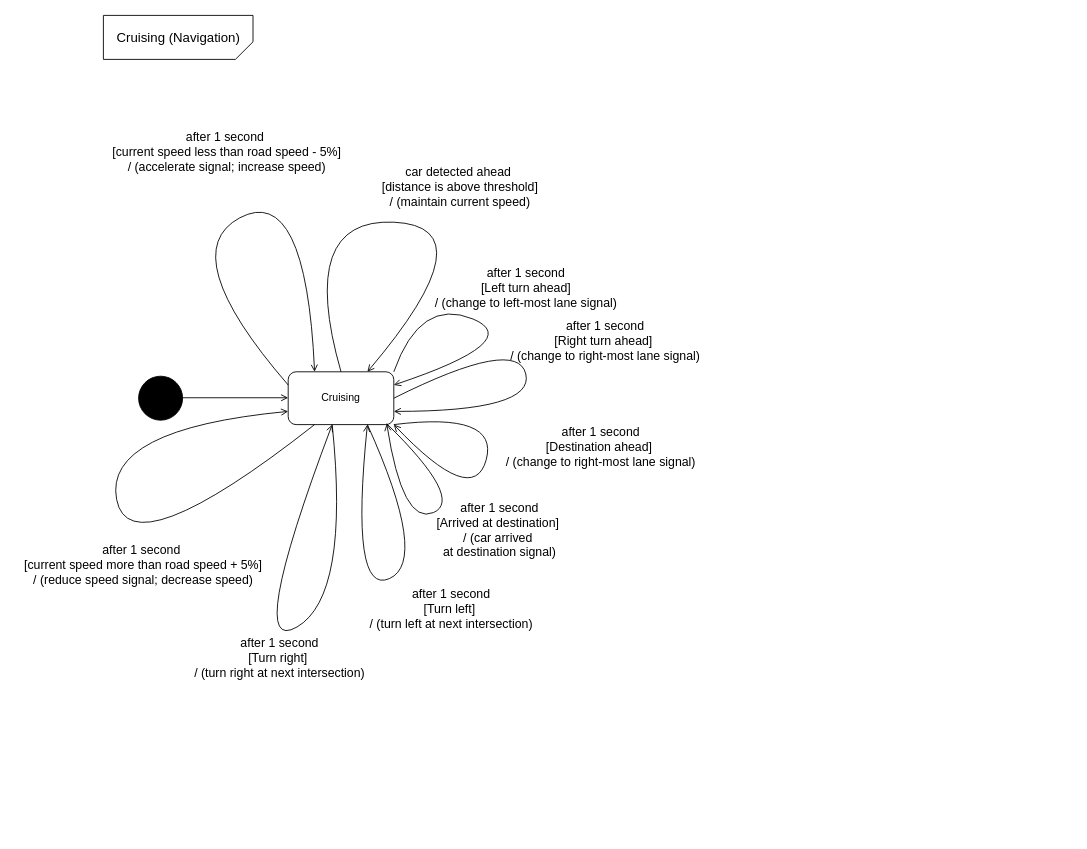
Earlier version of the draw.io diagram page "cruising" (4 of 5) of state-diagram.drawio (gordonpn/soen331-assignment2). Source tidied: cells renumbered, new cells numbered last; positions are measured from the earlier drawing's top-left corner, leaving out a move shared by most shapes. Both pictures are drawn from the tidied source at 88%, with x=0, y=0 at pixel (15, 15).
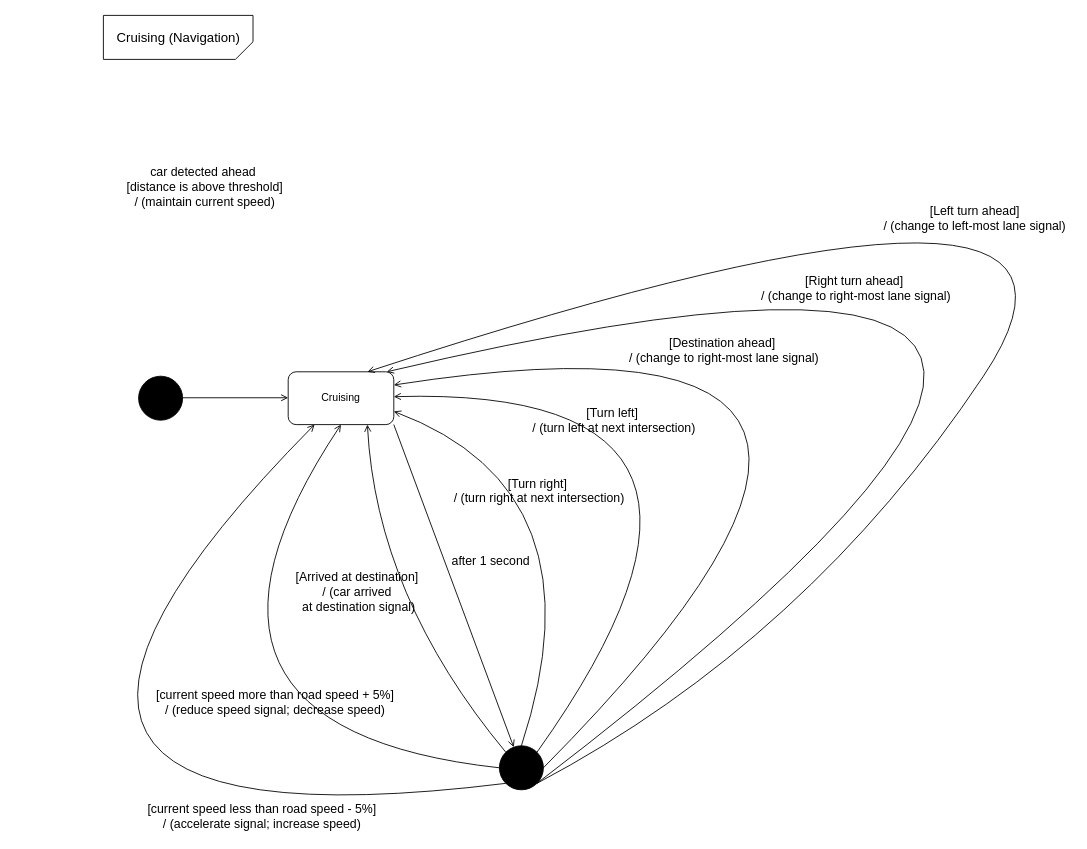
After the change.

Commit message (it also covers changes not shown here):
completed changing lane sub-state diagram

Unchanged cells that the change refers to:
```xml
<mxCell id="6" value="Cruising" style="rounded=1;whiteSpace=wrap;html=1;shadow=0;strokeColor=#000000;fillColor=#FFFFFF;align=center;" parent="1" vertex="1">
  <mxGeometry x="310" y="405" width="120" height="60" as="geometry" />
</mxCell>
```

Change to the diagram source:
```diff
@@
-    <mxCell id="7" style="curved=1;endArrow=open;html=1;entryX=0.25;entryY=0;entryDx=0;entryDy=0;exitX=0;exitY=0.25;exitDx=0;exitDy=0;endFill=0;" parent="1" edge="1">
-      <mxGeometry relative="1" as="geometry">
-        <mxPoint x="310" y="420" as="sourcePoint" />
-        <mxPoint x="340" y="405" as="targetPoint" />
-        <Array as="points">
-          <mxPoint x="180" y="270" />
-          <mxPoint x="330" y="190" />
-        </Array>
-      </mxGeometry>
-    </mxCell>
-    <mxCell id="8" value="&lt;font style=&quot;font-size: 14px&quot;&gt;after 1 second&amp;nbsp;&lt;br&gt;[current speed less than road speed - 5%] &lt;br&gt;/ (accelerate signal; increase speed)&lt;/font&gt;" style="text;html=1;align=center;verticalAlign=middle;" parent="1" vertex="1">
-      <mxGeometry x="100" y="130" width="280" height="50" as="geometry" />
+    <mxCell id="8" value="&lt;font style=&quot;font-size: 14px&quot;&gt;[current speed less than road speed - 5%] &lt;br&gt;/ (accelerate signal; increase speed)&lt;/font&gt;" style="text;html=1;align=center;verticalAlign=middle;" parent="1" vertex="1">
+      <mxGeometry x="140" y="890" width="280" height="40" as="geometry" />
     </mxCell>
-    <mxCell id="9" style="curved=1;endArrow=open;html=1;entryX=0;entryY=0.75;entryDx=0;entryDy=0;exitX=0.25;exitY=1;exitDx=0;exitDy=0;endFill=0;" parent="1" edge="1">
-      <mxGeometry relative="1" as="geometry">
-        <mxPoint x="340" y="465" as="sourcePoint" />
-        <mxPoint x="310" y="450" as="targetPoint" />
-        <Array as="points">
-          <mxPoint x="130" y="630" />
-          <mxPoint x="100" y="470" />
-        </Array>
-      </mxGeometry>
-    </mxCell>
-    <mxCell id="10" value="&lt;font style=&quot;font-size: 14px&quot;&gt;after 1 second&amp;nbsp;&lt;br&gt;[current speed more than road speed + 5%] &lt;br&gt;/ (reduce speed signal; decrease speed)&lt;/font&gt;" style="text;html=1;align=center;verticalAlign=middle;" parent="1" vertex="1">
-      <mxGeometry y="600" width="290" height="50" as="geometry" />
+    <mxCell id="10" value="&lt;font style=&quot;font-size: 14px&quot;&gt;[current speed more than road speed + 5%] &lt;br&gt;/ (reduce speed signal; decrease speed)&lt;/font&gt;" style="text;html=1;align=center;verticalAlign=middle;" parent="1" vertex="1">
+      <mxGeometry x="150" y="760" width="290" height="40" as="geometry" />
     </mxCell>
-    <mxCell id="11" style="curved=1;endArrow=open;html=1;exitX=0.5;exitY=0;exitDx=0;exitDy=0;endFill=0;entryX=0.75;entryY=0;entryDx=0;entryDy=0;" parent="1" edge="1" source="6" target="6">
-      <mxGeometry relative="1" as="geometry">
-        <Array as="points">
-          <mxPoint x="320" y="230" />
-          <mxPoint x="540" y="240" />
-        </Array>
-      </mxGeometry>
-    </mxCell>
     <mxCell id="12" value="&lt;font style=&quot;font-size: 14px&quot;&gt;car detected ahead&amp;nbsp;&lt;br&gt;[distance is above threshold] &lt;br&gt;/ (maintain current speed)&lt;/font&gt;" style="text;html=1;align=center;verticalAlign=middle;" parent="1" vertex="1">
-      <mxGeometry x="410" y="170" width="190" height="50" as="geometry" />
+      <mxGeometry x="120" y="170" width="190" height="50" as="geometry" />
     </mxCell>
-    <mxCell id="13" style="curved=1;endArrow=open;html=1;exitX=1;exitY=0;exitDx=0;exitDy=0;endFill=0;entryX=1;entryY=0.25;entryDx=0;entryDy=0;" parent="1" edge="1" source="6" target="6">
-      <mxGeometry relative="1" as="geometry">
-        <Array as="points">
-          <mxPoint x="460" y="320" />
-          <mxPoint x="580" y="370" />
-        </Array>
-      </mxGeometry>
-    </mxCell>
-    <mxCell id="14" value="&lt;font style=&quot;font-size: 14px&quot;&gt;after 1 second&lt;br&gt;[Left turn ahead]&lt;br&gt;/ (change to left-most lane signal)&lt;/font&gt;" style="text;html=1;align=center;verticalAlign=middle;" parent="1" vertex="1">
-      <mxGeometry x="470" y="285" width="220" height="50" as="geometry" />
+    <mxCell id="14" value="&lt;font style=&quot;font-size: 14px&quot;&gt;[Left turn ahead]&lt;br&gt;/ (change to left-most lane signal)&lt;/font&gt;" style="text;html=1;align=center;verticalAlign=middle;" parent="1" vertex="1">
+      <mxGeometry x="980" y="210" width="220" height="40" as="geometry" />
     </mxCell>
-    <mxCell id="15" value="&lt;font style=&quot;font-size: 14px&quot;&gt;after 1 second&lt;br&gt;[Right turn ahead]&amp;nbsp;&lt;br&gt;/ (change to right-most lane signal)&lt;/font&gt;" style="text;html=1;align=center;verticalAlign=middle;" parent="1" vertex="1">
-      <mxGeometry x="555" y="345" width="230" height="50" as="geometry" />
+    <mxCell id="15" value="&lt;font style=&quot;font-size: 14px&quot;&gt;[Right turn ahead]&amp;nbsp;&lt;br&gt;/ (change to right-most lane signal)&lt;/font&gt;" style="text;html=1;align=center;verticalAlign=middle;" parent="1" vertex="1">
+      <mxGeometry x="840" y="290" width="230" height="40" as="geometry" />
     </mxCell>
-    <mxCell id="16" style="curved=1;endArrow=open;html=1;exitX=1;exitY=0.5;exitDx=0;exitDy=0;endFill=0;entryX=1;entryY=0.75;entryDx=0;entryDy=0;" parent="1" edge="1" source="6" target="6">
-      <mxGeometry relative="1" as="geometry">
-        <Array as="points">
-          <mxPoint x="570" y="365" />
-          <mxPoint x="590" y="450" />
-        </Array>
-      </mxGeometry>
-    </mxCell>
-    <mxCell id="17" value="&lt;font style=&quot;font-size: 14px&quot;&gt;after 1 second&lt;br&gt;[Destination ahead]&amp;nbsp;&lt;br&gt;/ (change to right-most lane signal)&lt;/font&gt;" style="text;html=1;align=center;verticalAlign=middle;" parent="1" vertex="1">
-      <mxGeometry x="550" y="465" width="230" height="50" as="geometry" />
+    <mxCell id="17" value="&lt;font style=&quot;font-size: 14px&quot;&gt;[Destination ahead]&amp;nbsp;&lt;br&gt;/ (change to right-most lane signal)&lt;/font&gt;" style="text;html=1;align=center;verticalAlign=middle;" parent="1" vertex="1">
+      <mxGeometry x="690" y="360" width="230" height="40" as="geometry" />
     </mxCell>
-    <mxCell id="18" style="curved=1;endArrow=open;html=1;exitX=1;exitY=1;exitDx=0;exitDy=0;endFill=0;" parent="1" edge="1" source="6">
-      <mxGeometry relative="1" as="geometry">
-        <mxPoint x="430" y="465" as="targetPoint" />
-        <Array as="points">
-          <mxPoint x="550" y="450" />
-          <mxPoint x="520" y="560" />
-        </Array>
-      </mxGeometry>
-    </mxCell>
-    <mxCell id="19" style="curved=1;endArrow=open;html=1;exitX=0.933;exitY=0.983;exitDx=0;exitDy=0;endFill=0;exitPerimeter=0;" parent="1" edge="1" source="6">
-      <mxGeometry relative="1" as="geometry">
-        <mxPoint x="422" y="464" as="targetPoint" />
-        <Array as="points">
-          <mxPoint x="510" y="550" />
-          <mxPoint x="440" y="580" />
-        </Array>
-      </mxGeometry>
-    </mxCell>
-    <mxCell id="20" value="&lt;font style=&quot;font-size: 14px&quot;&gt;after 1 second&lt;br&gt;[Arrived at destination]&amp;nbsp;&lt;br&gt;/ (car arrived&amp;nbsp;&lt;br&gt;at destination signal)&lt;/font&gt;" style="text;html=1;align=center;verticalAlign=middle;" parent="1" vertex="1">
-      <mxGeometry x="470" y="550" width="160" height="70" as="geometry" />
+    <mxCell id="20" value="&lt;font style=&quot;font-size: 14px&quot;&gt;[Arrived at destination]&amp;nbsp;&lt;br&gt;/ (car arrived&amp;nbsp;&lt;br&gt;at destination signal)&lt;/font&gt;" style="text;html=1;align=center;verticalAlign=middle;" parent="1" vertex="1">
+      <mxGeometry x="310" y="630" width="160" height="50" as="geometry" />
     </mxCell>
-    <mxCell id="21" value="&lt;font style=&quot;font-size: 14px&quot;&gt;after 1 second&lt;br&gt;[Turn left]&amp;nbsp;&lt;br&gt;/ (turn left at next intersection)&lt;/font&gt;" style="text;html=1;align=center;verticalAlign=middle;" parent="1" vertex="1">
-      <mxGeometry x="395" y="650" width="200" height="50" as="geometry" />
+    <mxCell id="21" value="&lt;font style=&quot;font-size: 14px&quot;&gt;[Turn left]&amp;nbsp;&lt;br&gt;/ (turn left at next intersection)&lt;/font&gt;" style="text;html=1;align=center;verticalAlign=middle;" parent="1" vertex="1">
+      <mxGeometry x="580" y="440" width="200" height="40" as="geometry" />
     </mxCell>
-    <mxCell id="22" style="curved=1;endArrow=open;html=1;exitX=0.75;exitY=1;exitDx=0;exitDy=0;endFill=0;entryX=0.75;entryY=1;entryDx=0;entryDy=0;" parent="1" edge="1" source="6" target="6">
-      <mxGeometry relative="1" as="geometry">
-        <Array as="points">
-          <mxPoint x="470" y="620" />
-          <mxPoint x="380" y="660" />
-        </Array>
-      </mxGeometry>
-    </mxCell>
-    <mxCell id="23" value="&lt;font style=&quot;font-size: 14px&quot;&gt;after 1 second&lt;br&gt;[Turn right]&amp;nbsp;&lt;br&gt;/ (turn right at next intersection)&lt;/font&gt;" style="text;html=1;align=center;verticalAlign=middle;" parent="1" vertex="1">
-      <mxGeometry x="195" y="705" width="210" height="50" as="geometry" />
+    <mxCell id="23" value="&lt;font style=&quot;font-size: 14px&quot;&gt;[Turn right]&amp;nbsp;&lt;br&gt;/ (turn right at next intersection)&lt;/font&gt;" style="text;html=1;align=center;verticalAlign=middle;" parent="1" vertex="1">
+      <mxGeometry x="490" y="520" width="210" height="40" as="geometry" />
     </mxCell>
-    <mxCell id="24" style="curved=1;endArrow=open;html=1;exitX=0.75;exitY=1;exitDx=0;exitDy=0;endFill=0;entryX=0.75;entryY=1;entryDx=0;entryDy=0;" parent="1" edge="1">
-      <mxGeometry relative="1" as="geometry">
-        <mxPoint x="360" y="465" as="sourcePoint" />
-        <mxPoint x="360" y="465" as="targetPoint" />
-        <Array as="points">
-          <mxPoint x="380" y="660" />
-          <mxPoint x="260" y="730" />
-        </Array>
-      </mxGeometry>
-    </mxCell>
+    <mxCell id="25" style="ellipse;whiteSpace=wrap;html=1;align=center;fillColor=#000000;" parent="1" vertex="1">
+      <mxGeometry x="550" y="830" width="50" height="50" as="geometry" />
+    </mxCell>
+    <mxCell id="26" style="endArrow=open;html=1;exitX=1;exitY=1;exitDx=0;exitDy=0;endFill=0;" parent="1" edge="1" source="6" target="25">
+      <mxGeometry relative="1" as="geometry" />
+    </mxCell>
+    <mxCell id="27" value="&lt;font style=&quot;font-size: 14px&quot;&gt;after 1 second&lt;br&gt;&lt;/font&gt;" style="text;html=1;align=center;verticalAlign=middle;" parent="1" vertex="1">
+      <mxGeometry x="490" y="610" width="100" height="20" as="geometry" />
+    </mxCell>
+    <mxCell id="28" style="curved=1;endArrow=open;html=1;entryX=0.75;entryY=1;entryDx=0;entryDy=0;exitX=0;exitY=0;exitDx=0;exitDy=0;endFill=0;" parent="1" edge="1" source="25" target="6">
+      <mxGeometry relative="1" as="geometry">
+        <Array as="points">
+          <mxPoint x="410" y="660" />
+        </Array>
+      </mxGeometry>
+    </mxCell>
+    <mxCell id="29" style="curved=1;endArrow=open;html=1;entryX=1;entryY=0.75;entryDx=0;entryDy=0;exitX=0.5;exitY=0;exitDx=0;exitDy=0;endFill=0;" parent="1" edge="1" source="25" target="6">
+      <mxGeometry relative="1" as="geometry">
+        <Array as="points">
+          <mxPoint x="670" y="540" />
+        </Array>
+      </mxGeometry>
+    </mxCell>
+    <mxCell id="30" style="curved=1;endArrow=open;html=1;entryX=0.5;entryY=1;entryDx=0;entryDy=0;exitX=0;exitY=0.5;exitDx=0;exitDy=0;endFill=0;" parent="1" edge="1" source="25" target="6">
+      <mxGeometry relative="1" as="geometry">
+        <Array as="points">
+          <mxPoint x="140" y="810" />
+        </Array>
+      </mxGeometry>
+    </mxCell>
+    <mxCell id="31" style="curved=1;endArrow=open;html=1;exitX=1;exitY=0;exitDx=0;exitDy=0;endFill=0;" parent="1" edge="1" source="25" target="6">
+      <mxGeometry relative="1" as="geometry">
+        <Array as="points">
+          <mxPoint x="890" y="420" />
+        </Array>
+      </mxGeometry>
+    </mxCell>
+    <mxCell id="32" style="curved=1;endArrow=open;html=1;exitX=1;exitY=0.5;exitDx=0;exitDy=0;endFill=0;entryX=1;entryY=0.25;entryDx=0;entryDy=0;" parent="1" edge="1" source="25" target="6">
+      <mxGeometry relative="1" as="geometry">
+        <Array as="points">
+          <mxPoint x="1140" y="310" />
+        </Array>
+      </mxGeometry>
+    </mxCell>
+    <mxCell id="33" style="curved=1;endArrow=open;html=1;exitX=1;exitY=1;exitDx=0;exitDy=0;endFill=0;entryX=0.933;entryY=0;entryDx=0;entryDy=0;entryPerimeter=0;" parent="1" edge="1" source="25" target="6">
+      <mxGeometry relative="1" as="geometry">
+        <Array as="points">
+          <mxPoint x="1550" y="140" />
+        </Array>
+      </mxGeometry>
+    </mxCell>
+    <mxCell id="34" style="curved=1;endArrow=open;html=1;exitX=1;exitY=1;exitDx=0;exitDy=0;endFill=0;entryX=0.75;entryY=0;entryDx=0;entryDy=0;" parent="1" edge="1" source="25" target="6">
+      <mxGeometry relative="1" as="geometry">
+        <Array as="points">
+          <mxPoint x="900" y="710" />
+          <mxPoint x="1300" y="110" />
+        </Array>
+      </mxGeometry>
+    </mxCell>
+    <mxCell id="35" style="curved=1;endArrow=open;html=1;entryX=0.25;entryY=1;entryDx=0;entryDy=0;exitX=0;exitY=1;exitDx=0;exitDy=0;endFill=0;" parent="1" edge="1" source="25" target="6">
+      <mxGeometry relative="1" as="geometry">
+        <Array as="points">
+          <mxPoint x="-150" y="960" />
+        </Array>
+      </mxGeometry>
+    </mxCell>
```
